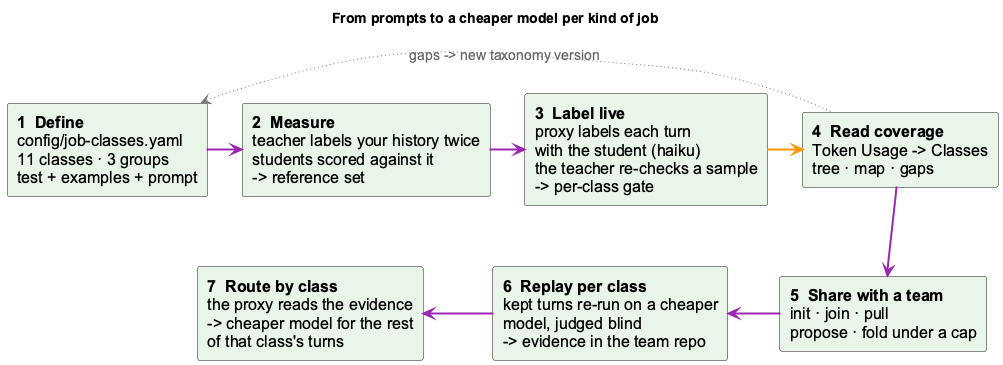
fwornle/coding keeps this PlantUML diagram as docs-content/images/job-class-lifecycle.png. Above is the earlier version.
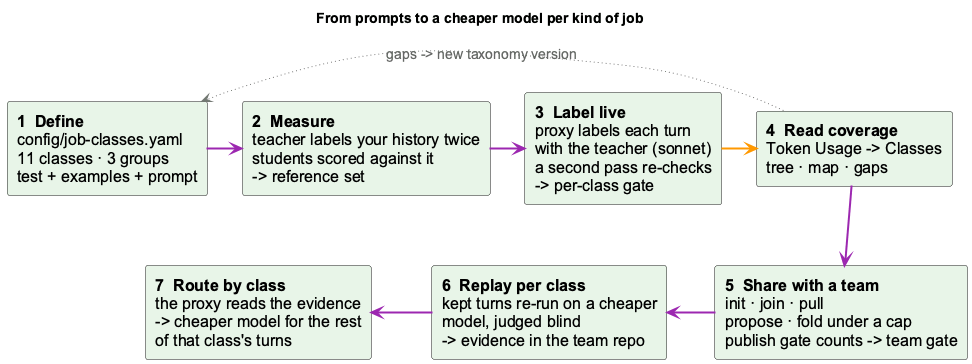
Above is the later version.

The edit, as a diff of the source:
```diff
@@ -10,9 +10,9 @@
 
 component "**1  Define**\nconfig/job-classes.yaml\n11 classes · 3 groups\ntest + examples + prompt" as define <<core>>
 component "**2  Measure**\nteacher labels your history twice\nstudents scored against it\n-> reference set" as measure <<core>>
-component "**3  Label live**\nproxy labels each turn\nwith the student (haiku)\nthe teacher re-checks a sample\n-> per-class gate" as live <<core>>
+component "**3  Label live**\nproxy labels each turn\nwith the teacher (sonnet)\na second pass re-checks\n-> per-class gate" as live <<core>>
 component "**4  Read coverage**\nToken Usage -> Classes\ntree · map · gaps" as read <<core>>
-component "**5  Share with a team**\ninit · join · pull\npropose · fold under a cap" as share <<core>>
+component "**5  Share with a team**\ninit · join · pull\npropose · fold under a cap\npublish gate counts -> team gate" as share <<core>>
 component "**6  Replay per class**\nkept turns re-run on a cheaper\nmodel, judged blind\n-> evidence in the team repo" as trial <<core>>
 component "**7  Route by class**\nthe proxy reads the evidence\n-> cheaper model for the rest\nof that class's turns" as route <<core>>
 
```
